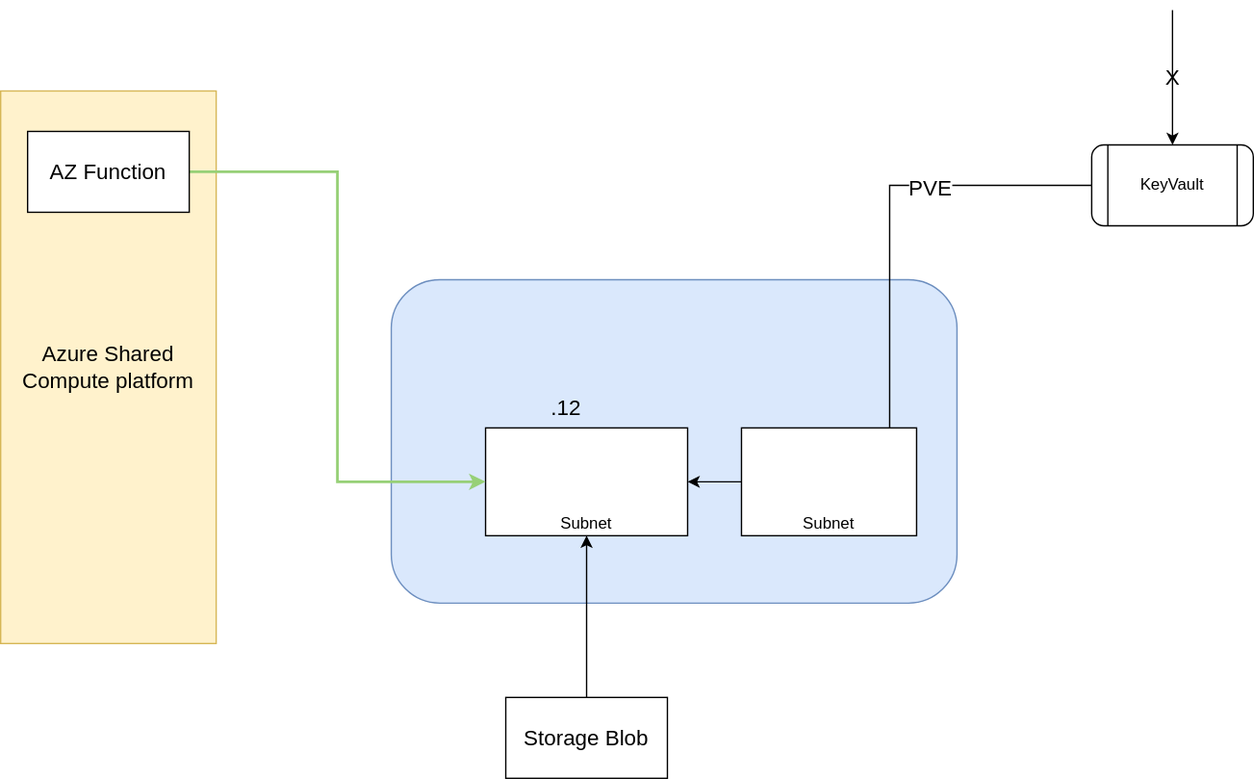
Earlier version of the draw.io export AzureFunctionKeyVaultIntegration.svg (vjavle/invoicecloud). Source tidied: cells renumbered, new cells last; positions are measured from the earlier drawing's top-left corner, leaving out a move shared by most shapes.
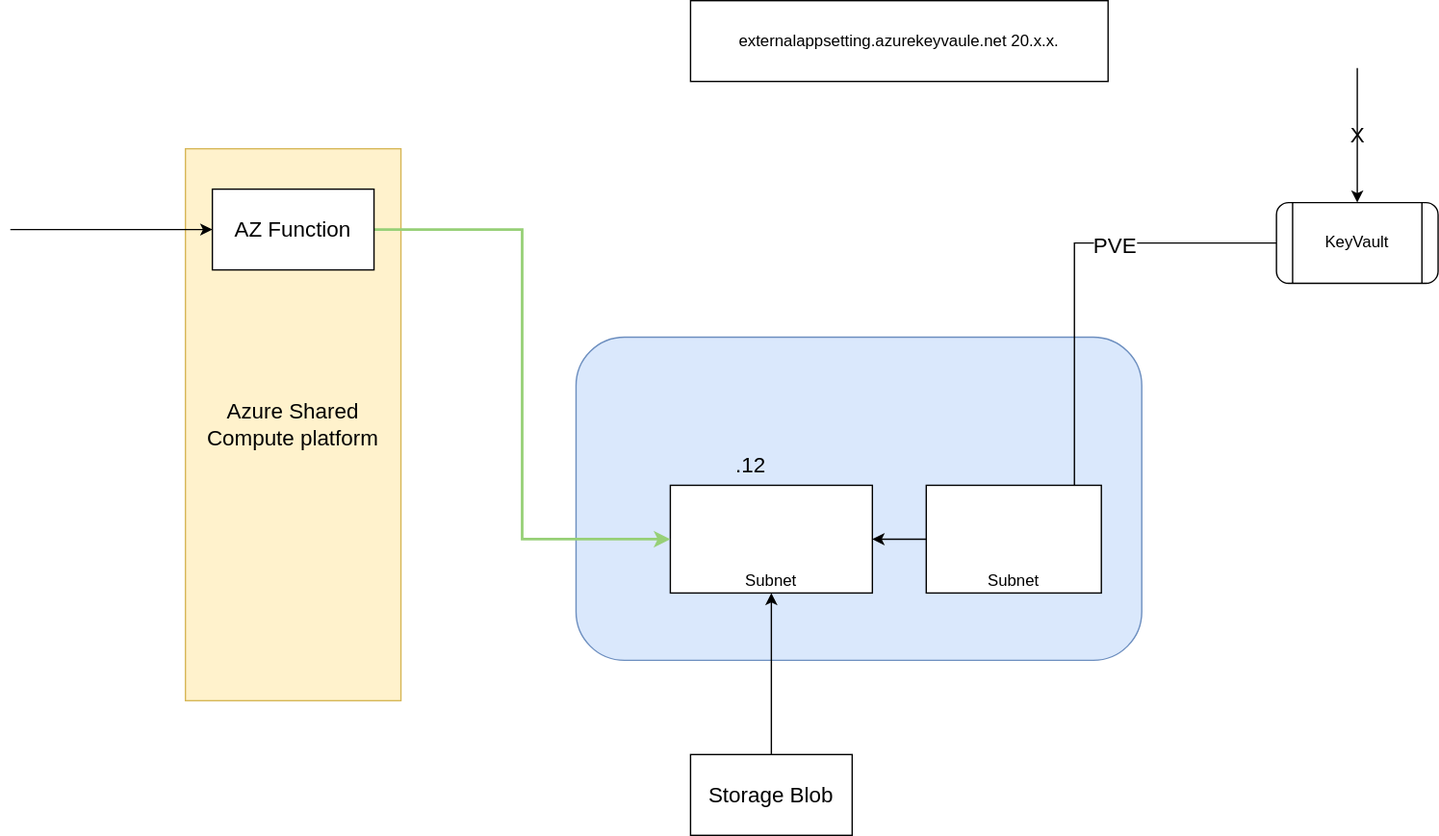
After the change.

Change to the diagram source:
```diff
@@ -28,6 +28,11 @@
     <mxCell id="9" style="edgeStyle=orthogonalEdgeStyle;rounded=0;jettySize=auto;html=1;entryX=0;entryY=0.5;entryDx=0;entryDy=0;strokeColor=#97D077;strokeWidth=2;" parent="1" edge="1" source="10" target="4">
       <mxGeometry relative="1" as="geometry" />
     </mxCell>
+    <mxCell id="16" style="edgeStyle=orthogonalEdgeStyle;rounded=0;jettySize=auto;html=1;endArrow=none;endFill=0;startArrow=classic;startFill=1;" parent="1" edge="1" source="10">
+      <mxGeometry relative="1" as="geometry">
+        <mxPoint x="-130" y="120" as="targetPoint" />
+      </mxGeometry>
+    </mxCell>
     <mxCell id="10" value="AZ Function" style="rounded=0;whiteSpace=wrap;html=1;fontSize=16;" parent="1" vertex="1">
       <mxGeometry x="20" y="90" width="120" height="60" as="geometry" />
     </mxCell>
@@ -46,5 +51,8 @@
     <mxCell id="15" value="Subnet" style="rounded=0;whiteSpace=wrap;html=1;verticalAlign=bottom;" parent="1" vertex="1">
       <mxGeometry x="550" y="310" width="130" height="80" as="geometry" />
     </mxCell>
+    <mxCell id="17" value="externalappsetting.azurekeyvaule.net 20.x.x." style="rounded=0;whiteSpace=wrap;html=1;" parent="1" vertex="1">
+      <mxGeometry x="375" y="-50" width="310" height="60" as="geometry" />
+    </mxCell>
   </root>
 </mxGraphModel>
```
